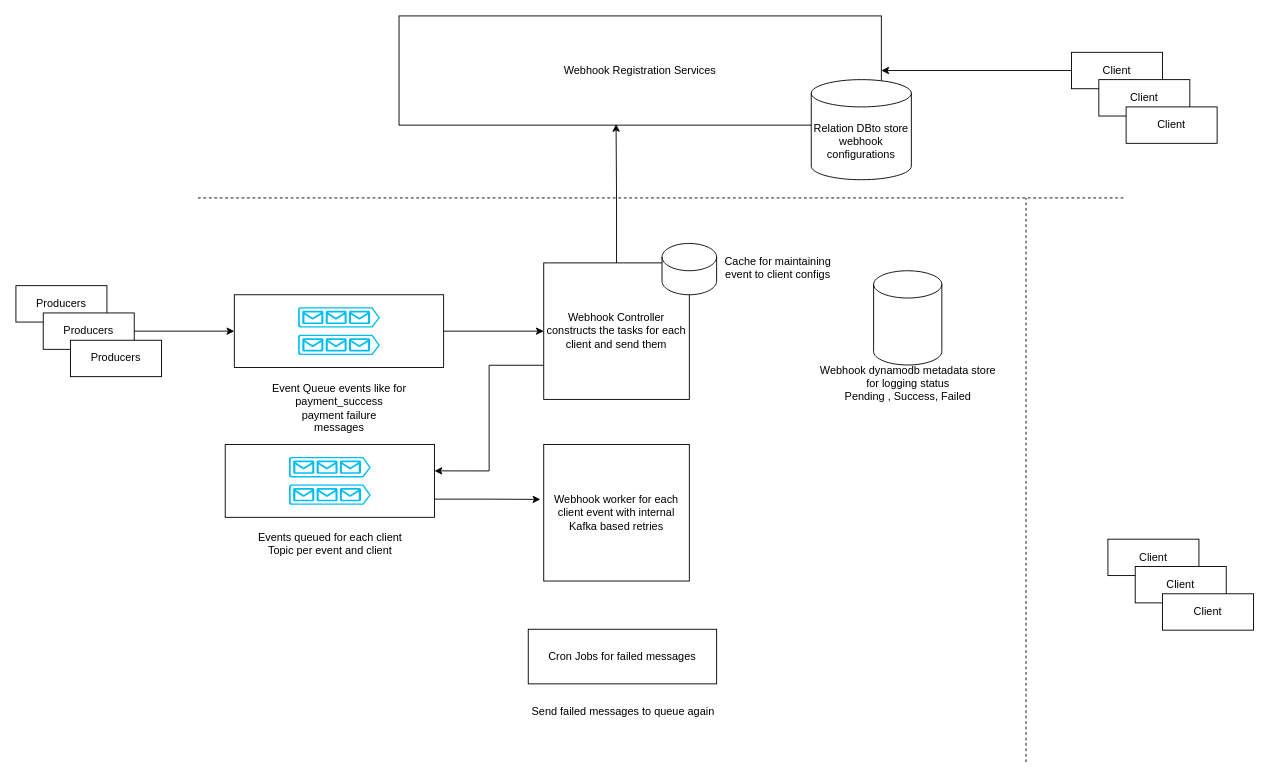
Above: Webhook design.drawio in anshul1790/system-design-playground (draw.io), before the change. Source tidied: cells renumbered, new cells numbered last; positions are measured from the earlier drawing's top-left corner, leaving out a move shared by most shapes. Both pictures are drawn from the tidied source at 91%, with x=0, y=0 at pixel (15, 15).
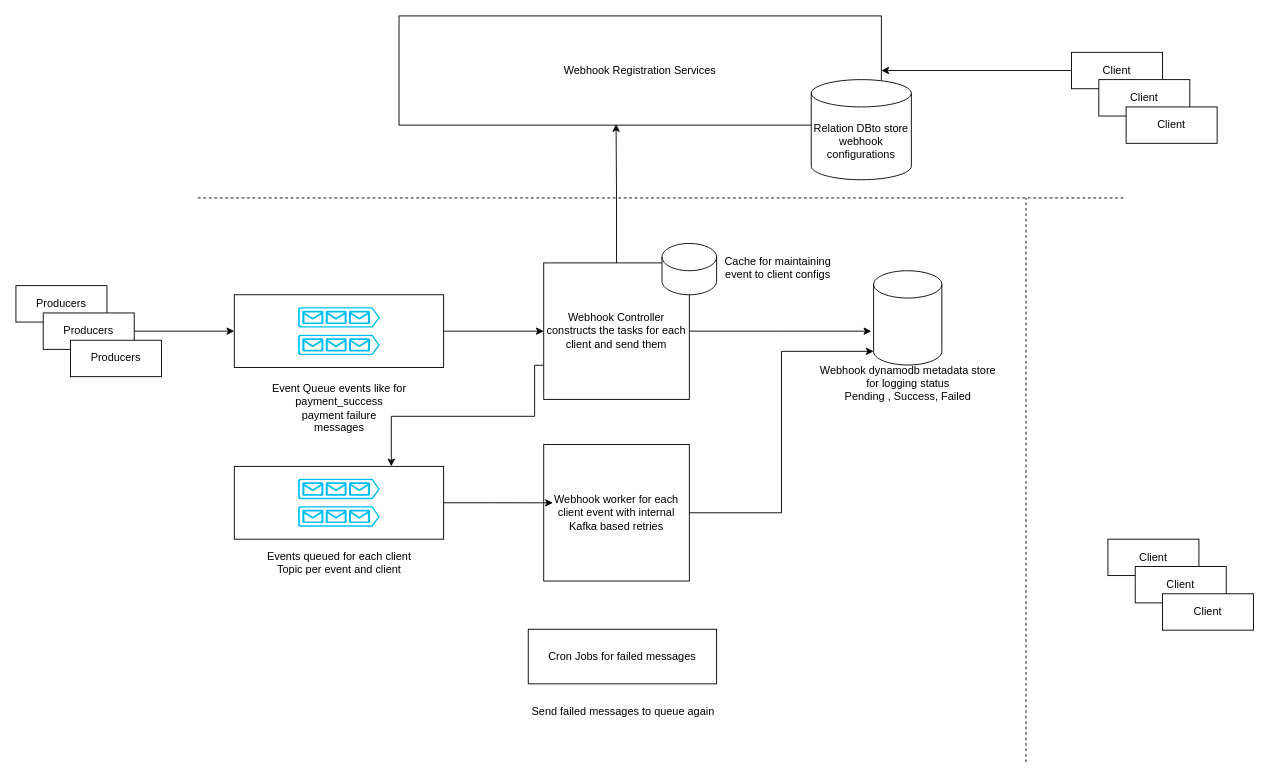
After the change.

The change refers to these unchanged cells:
```xml
<mxCell id="7" value="Webhook Controller&lt;div&gt;constructs the tasks for each client and send them&lt;/div&gt;" style="rounded=0;whiteSpace=wrap;html=1;" parent="1" vertex="1">
  <mxGeometry x="580" y="271.4" width="160" height="150" as="geometry" />
</mxCell>
<mxCell id="20" style="rounded=0;whiteSpace=wrap;html=1;" parent="19" vertex="1">
  <mxGeometry width="230" height="80" as="geometry" />
</mxCell>
<mxCell id="24" value="Webhook worker for each client event with internal Kafka based retries" style="rounded=0;whiteSpace=wrap;html=1;" parent="1" vertex="1">
  <mxGeometry x="580" y="471" width="160" height="150" as="geometry" />
</mxCell>
<mxCell id="42" style="shape=cylinder3;whiteSpace=wrap;html=1;boundedLbl=1;backgroundOutline=1;size=15;" parent="41" vertex="1">
  <mxGeometry x="72.5" width="75" height="103.6" as="geometry" />
</mxCell>
```

Diff of the diagram source:
```diff
@@
+    <mxCell id="46" style="edgeStyle=orthogonalEdgeStyle;rounded=0;jettySize=auto;html=1;" parent="1" edge="1" source="7">
+      <mxGeometry relative="1" as="geometry">
+        <mxPoint x="940" y="346.4" as="targetPoint" />
+      </mxGeometry>
+    </mxCell>
+    <mxCell id="44" style="edgeStyle=orthogonalEdgeStyle;rounded=0;jettySize=auto;html=1;exitX=0;exitY=0.75;exitDx=0;exitDy=0;entryX=0.75;entryY=0;entryDx=0;entryDy=0;" parent="1" edge="1" source="7" target="20">
+      <mxGeometry relative="1" as="geometry">
+        <Array as="points">
+          <mxPoint x="570" y="384" />
+          <mxPoint x="570" y="440" />
+          <mxPoint x="413" y="440" />
+        </Array>
+      </mxGeometry>
+    </mxCell>
@@
     <mxCell id="19" style="group;" parent="1" vertex="1">
-      <mxGeometry x="230" y="471" width="230" height="80" as="geometry" />
+      <mxGeometry x="240" y="495" width="230" height="80" as="geometry" />
     </mxCell>
@@
     <mxCell id="26" value="&lt;div style=&quot;&quot;&gt;&lt;span style=&quot;background-color: initial;&quot;&gt;Events queued for each client&lt;br&gt;&lt;/span&gt;&lt;/div&gt;&lt;div style=&quot;&quot;&gt;&lt;span style=&quot;background-color: initial;&quot;&gt;Topic per event and client&lt;/span&gt;&lt;/div&gt;" style="text;html=1;align=center;verticalAlign=middle;strokeColor=none;fillColor=none;" parent="1" vertex="1">
-      <mxGeometry x="255" y="560" width="180" height="40" as="geometry" />
+      <mxGeometry x="265" y="581" width="180" height="40" as="geometry" />
     </mxCell>
@@
-    <mxCell id="44" style="edgeStyle=orthogonalEdgeStyle;rounded=0;jettySize=auto;html=1;exitX=0;exitY=0.75;exitDx=0;exitDy=0;entryX=1;entryY=0.362;entryDx=0;entryDy=0;entryPerimeter=0;" parent="1" edge="1" source="7" target="20">
-      <mxGeometry relative="1" as="geometry" />
-    </mxCell>
+    <mxCell id="47" style="edgeStyle=orthogonalEdgeStyle;rounded=0;jettySize=auto;html=1;entryX=0;entryY=1;entryDx=0;entryDy=-15;entryPerimeter=0;" parent="1" edge="1" source="24" target="42">
+      <mxGeometry relative="1" as="geometry" />
+    </mxCell>
-    <mxCell id="45" style="edgeStyle=orthogonalEdgeStyle;rounded=0;jettySize=auto;html=1;exitX=1;exitY=0.75;exitDx=0;exitDy=0;entryX=-0.023;entryY=0.402;entryDx=0;entryDy=0;entryPerimeter=0;" parent="1" edge="1" source="20" target="24">
+    <mxCell id="45" style="edgeStyle=orthogonalEdgeStyle;rounded=0;jettySize=auto;html=1;entryX=0.063;entryY=0.427;entryDx=0;entryDy=0;entryPerimeter=0;" parent="1" edge="1" source="20" target="24">
       <mxGeometry relative="1" as="geometry" />
     </mxCell>
```
